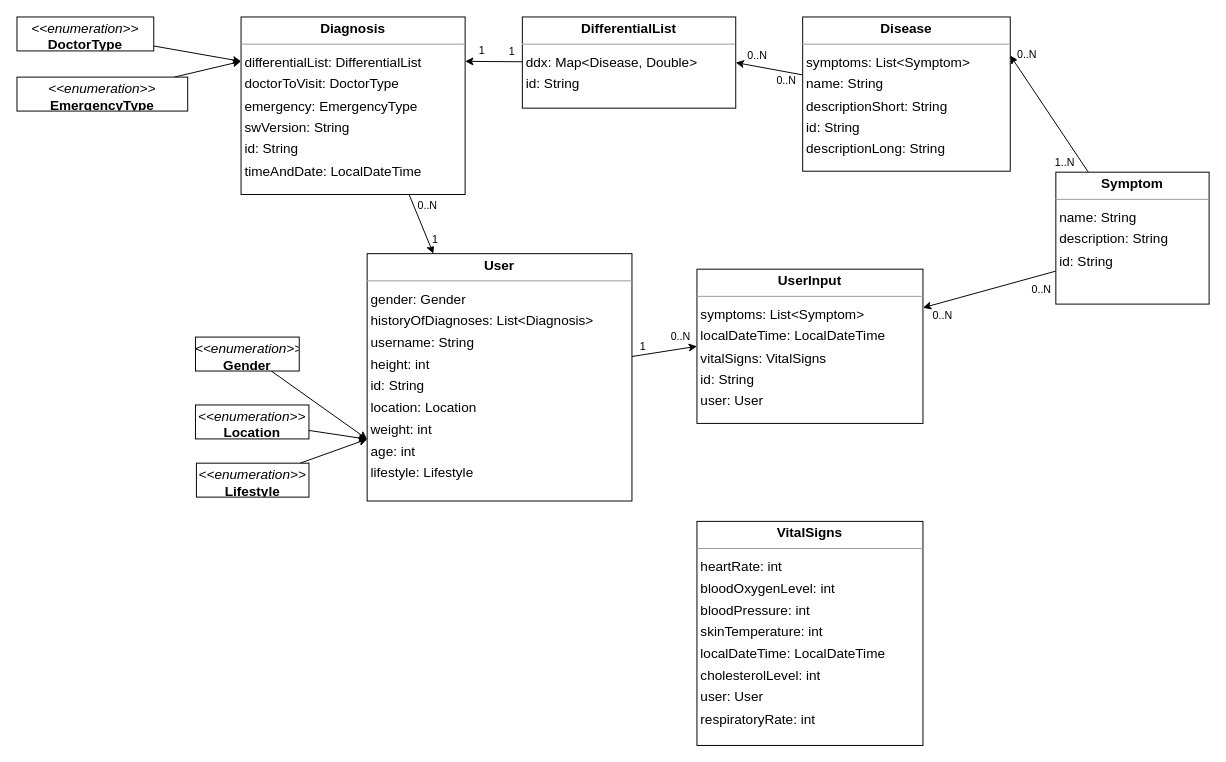
Earlier version of the draw.io diagram VirtualDoctorApp/diagrams/DomainDiagram.drawio (hollepat/VirtualDoctor_). Source tidied: cells renumbered, new cells numbered last; positions are measured from the earlier drawing's top-left corner, leaving out a move shared by most shapes. Both pictures are drawn from the tidied source at 97%, with x=0, y=0 at pixel (16, 16).
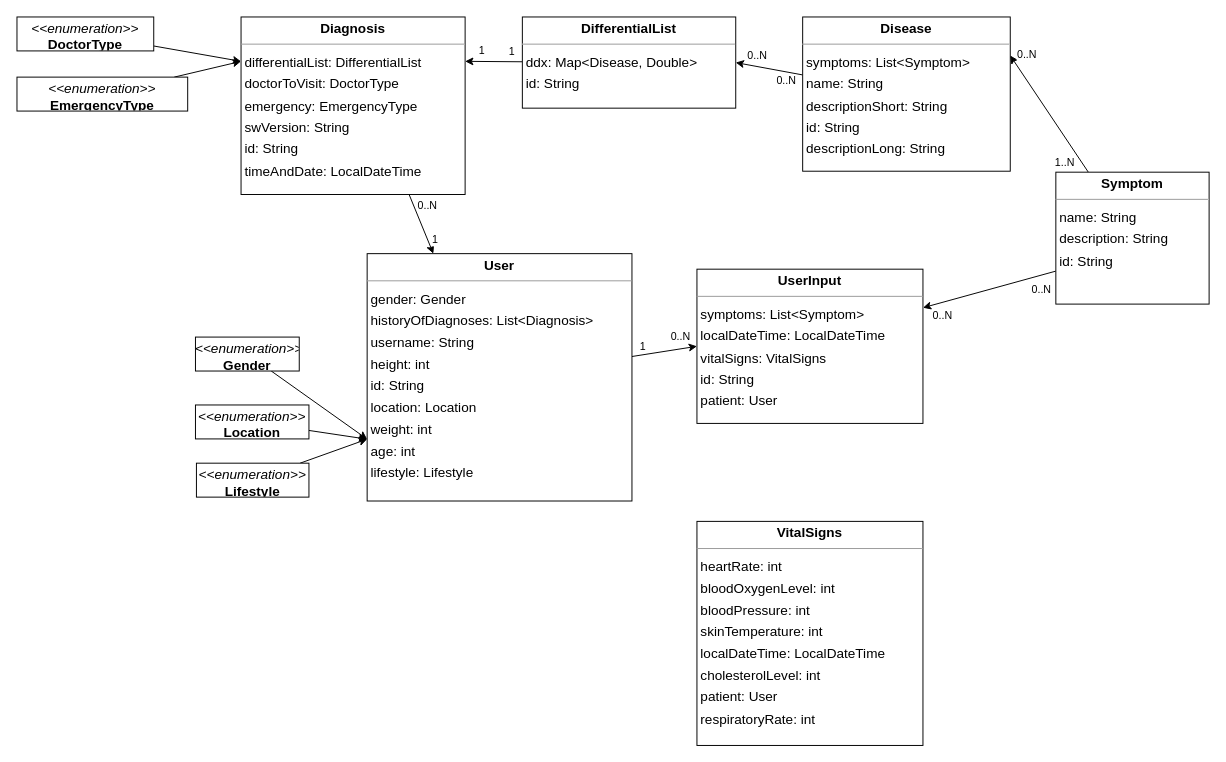
Above is the later version.

The edit, as a diff of the source:
```diff
@@
-    <mxCell id="35" value="&lt;p style=&quot;margin:0px;margin-top:4px;text-align:center;&quot;&gt;&lt;b&gt;UserInput&lt;/b&gt;&lt;/p&gt;&lt;hr size=&quot;1&quot;/&gt;&lt;p style=&quot;margin:0 0 0 4px;line-height:1.6;&quot;&gt; symptoms: List&amp;lt;Symptom&amp;gt;&lt;br/&gt; localDateTime: LocalDateTime&lt;br/&gt; vitalSigns: VitalSigns&lt;br/&gt; id: String&lt;br/&gt; user: User&lt;/p&gt;" style="verticalAlign=top;align=left;overflow=fill;fontSize=14;fontFamily=Helvetica;html=1;rounded=0;shadow=0;comic=0;labelBackgroundColor=none;strokeWidth=1;" parent="1" vertex="1">
+    <mxCell id="35" value="&lt;p style=&quot;margin:0px;margin-top:4px;text-align:center;&quot;&gt;&lt;b&gt;UserInput&lt;/b&gt;&lt;/p&gt;&lt;hr size=&quot;1&quot;/&gt;&lt;p style=&quot;margin:0 0 0 4px;line-height:1.6;&quot;&gt; symptoms: List&amp;lt;Symptom&amp;gt;&lt;br/&gt; localDateTime: LocalDateTime&lt;br/&gt; vitalSigns: VitalSigns&lt;br/&gt; id: String&lt;br/&gt; patient: User&lt;/p&gt;" style="verticalAlign=top;align=left;overflow=fill;fontSize=14;fontFamily=Helvetica;html=1;rounded=0;shadow=0;comic=0;labelBackgroundColor=none;strokeWidth=1;" parent="1" vertex="1">
       <mxGeometry x="701" y="260" width="233" height="159" as="geometry" />
     </mxCell>
-    <mxCell id="36" value="&lt;p style=&quot;margin:0px;margin-top:4px;text-align:center;&quot;&gt;&lt;b&gt;VitalSigns&lt;/b&gt;&lt;/p&gt;&lt;hr size=&quot;1&quot;/&gt;&lt;p style=&quot;margin:0 0 0 4px;line-height:1.6;&quot;&gt; heartRate: int&lt;br/&gt; bloodOxygenLevel: int&lt;br/&gt; bloodPressure: int&lt;br/&gt; skinTemperature: int&lt;br/&gt; localDateTime: LocalDateTime&lt;br/&gt; cholesterolLevel: int&lt;br/&gt; user: User&lt;br/&gt; respiratoryRate: int&lt;/p&gt;" style="verticalAlign=top;align=left;overflow=fill;fontSize=14;fontFamily=Helvetica;html=1;rounded=0;shadow=0;comic=0;labelBackgroundColor=none;strokeWidth=1;" parent="1" vertex="1">
+    <mxCell id="36" value="&lt;p style=&quot;margin:0px;margin-top:4px;text-align:center;&quot;&gt;&lt;b&gt;VitalSigns&lt;/b&gt;&lt;/p&gt;&lt;hr size=&quot;1&quot;/&gt;&lt;p style=&quot;margin:0 0 0 4px;line-height:1.6;&quot;&gt; heartRate: int&lt;br/&gt; bloodOxygenLevel: int&lt;br/&gt; bloodPressure: int&lt;br/&gt; skinTemperature: int&lt;br/&gt; localDateTime: LocalDateTime&lt;br/&gt; cholesterolLevel: int&lt;br/&gt; patient: User&lt;br/&gt; respiratoryRate: int&lt;/p&gt;" style="verticalAlign=top;align=left;overflow=fill;fontSize=14;fontFamily=Helvetica;html=1;rounded=0;shadow=0;comic=0;labelBackgroundColor=none;strokeWidth=1;" parent="1" vertex="1">
       <mxGeometry x="701" y="520" width="233" height="231" as="geometry" />
     </mxCell>
```
